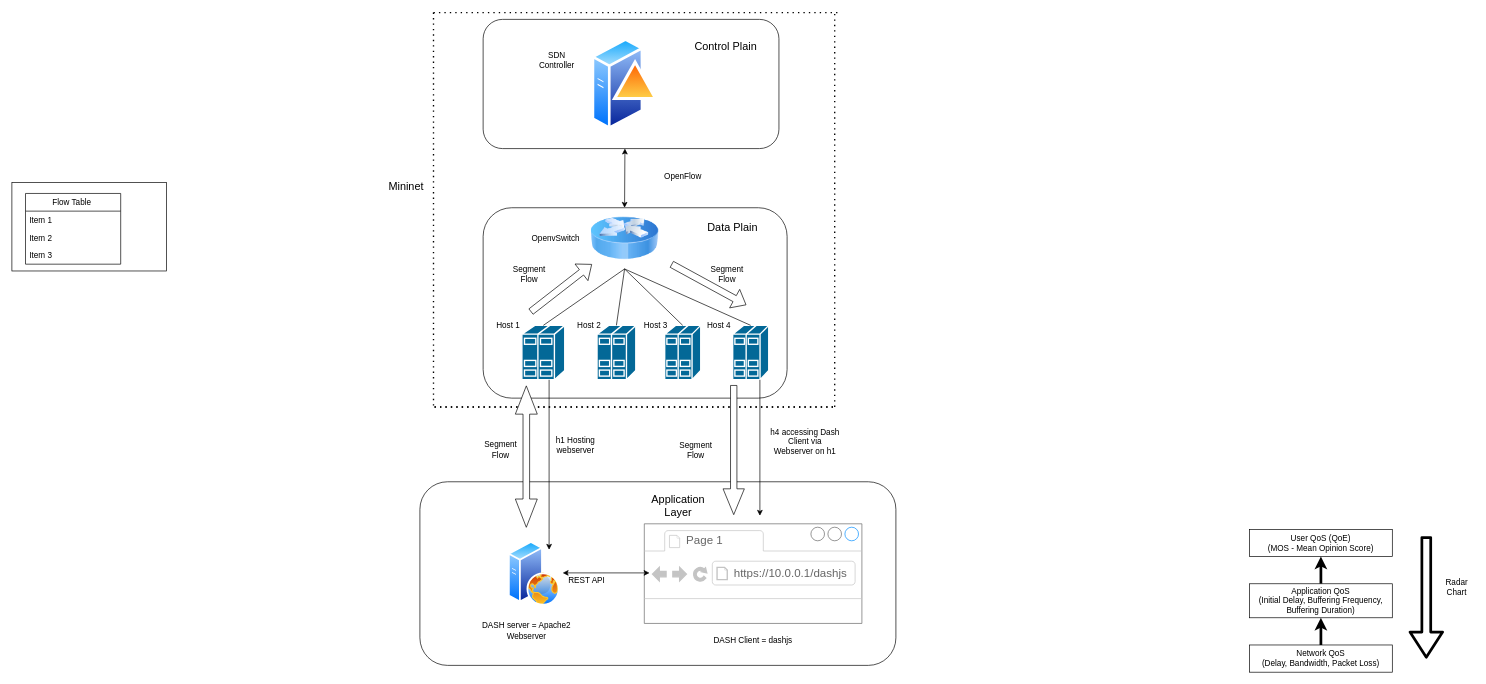
Before: SDN_structure.drawio in AlistairDrew/Video-Streaming-DASH-and-SDN, a draw.io diagram. Source tidied: cells renumbered, new cells numbered last; positions are measured from the earlier drawing's top-left corner, leaving out a move shared by most shapes. Both pictures are drawn from the tidied source at 68%, with x=0, y=0 at pixel (12, 12).
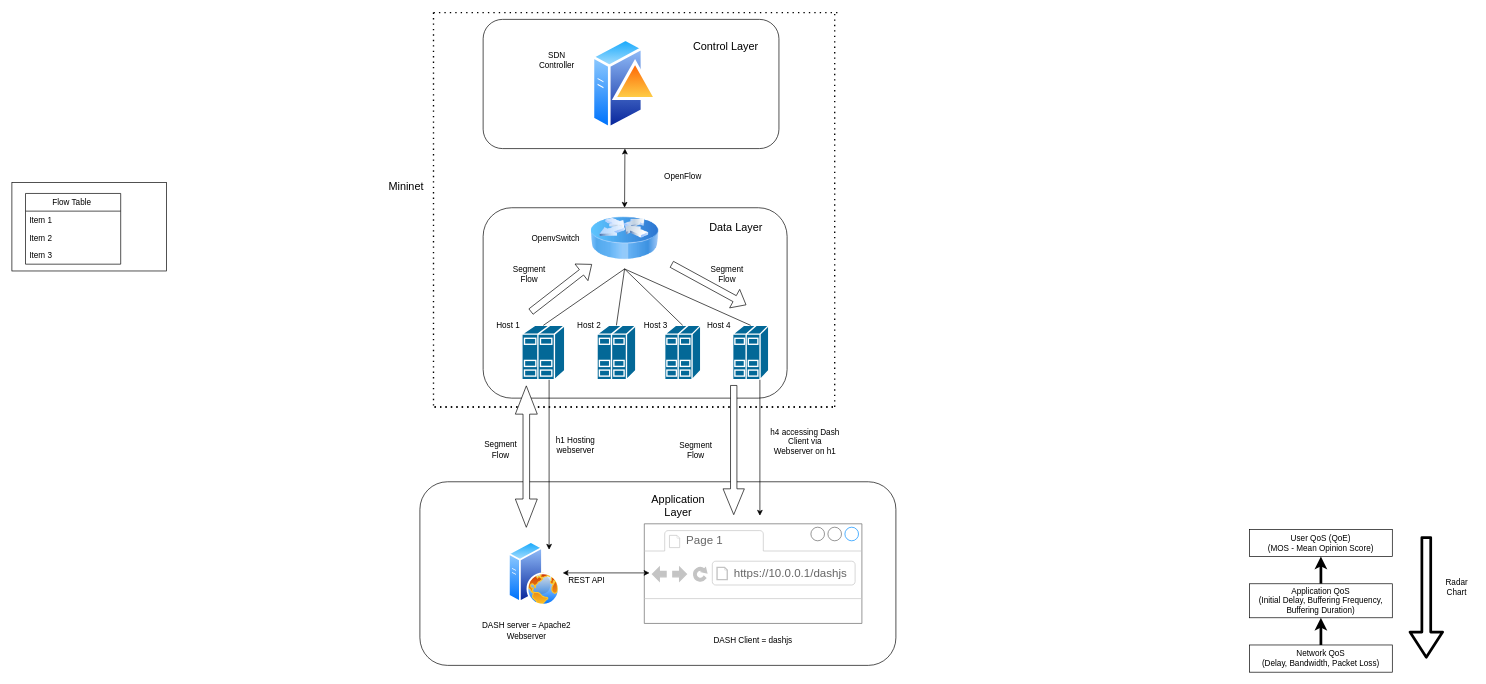
The same page after the edit.

What changed in the source:
```diff
@@
-    <mxCell id="20" value="&lt;font style=&quot;font-size: 16px&quot;&gt;Data Plain&lt;/font&gt;" style="text;html=1;strokeColor=none;fillColor=none;align=center;verticalAlign=middle;whiteSpace=wrap;rounded=0;" parent="1" vertex="1">
-      <mxGeometry x="1020" y="300" width="80" height="30" as="geometry" />
+    <mxCell id="20" value="&lt;font style=&quot;font-size: 16px&quot;&gt;Data Layer&lt;/font&gt;" style="text;html=1;strokeColor=none;fillColor=none;align=center;verticalAlign=middle;whiteSpace=wrap;rounded=0;" parent="1" vertex="1">
+      <mxGeometry x="1020" y="300" width="90" height="30" as="geometry" />
     </mxCell>
-    <mxCell id="21" value="&lt;font style=&quot;font-size: 16px&quot;&gt;Control Plain&lt;/font&gt;" style="text;html=1;strokeColor=none;fillColor=none;align=center;verticalAlign=middle;whiteSpace=wrap;rounded=0;" parent="1" vertex="1">
+    <mxCell id="21" value="&lt;font style=&quot;font-size: 16px&quot;&gt;Control Layer&lt;/font&gt;" style="text;html=1;strokeColor=none;fillColor=none;align=center;verticalAlign=middle;whiteSpace=wrap;rounded=0;" parent="1" vertex="1">
       <mxGeometry x="1000" y="40" width="100" height="20" as="geometry" />
     </mxCell>
```
